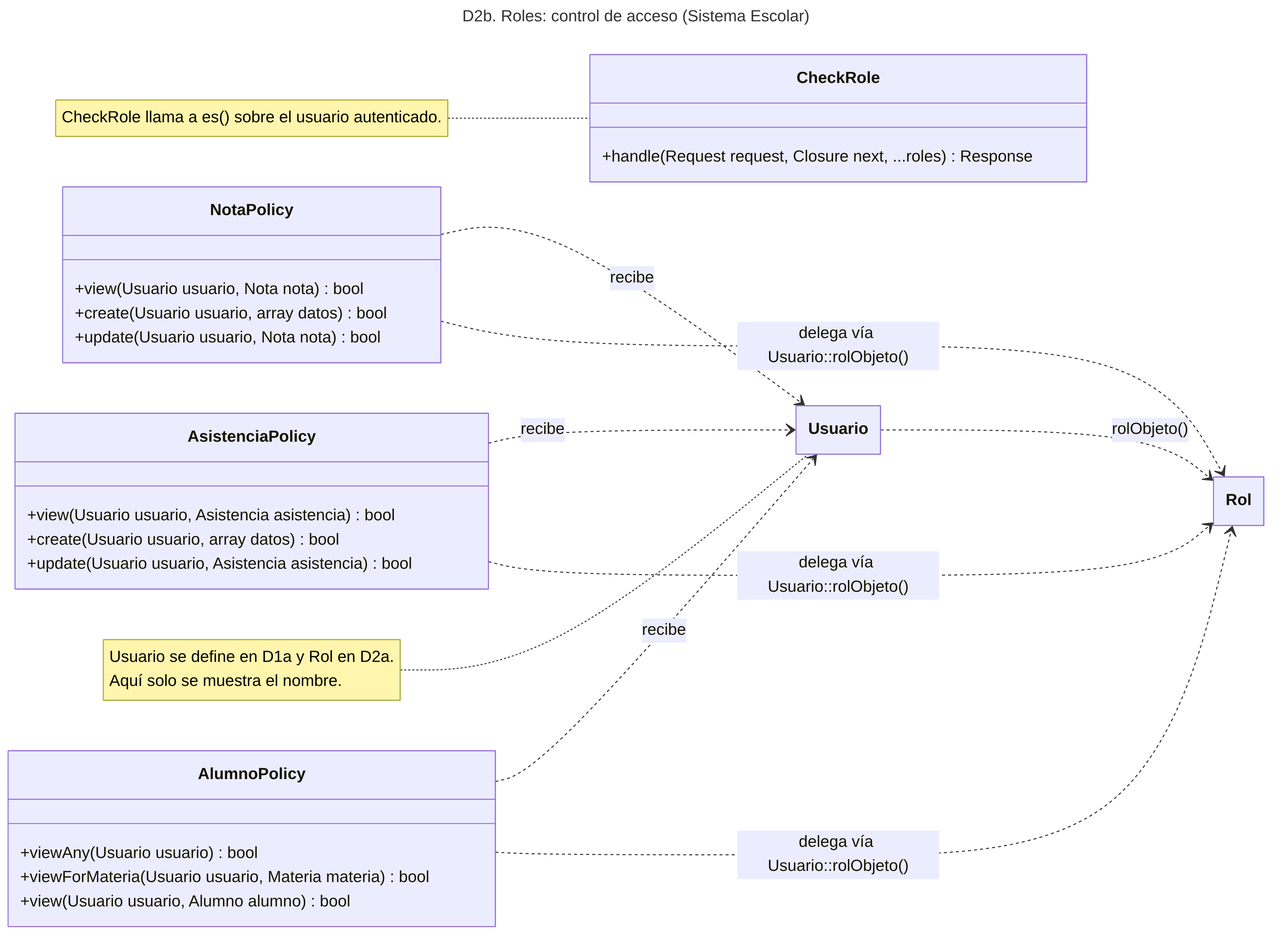
Before: docs/diagramas/D2b_acceso.png, a diagram exported from Mermaid (gnvargas-dev/sistema-control-acceso). Its source is kept beside it as docs/diagramas/D2b_acceso.mmd.
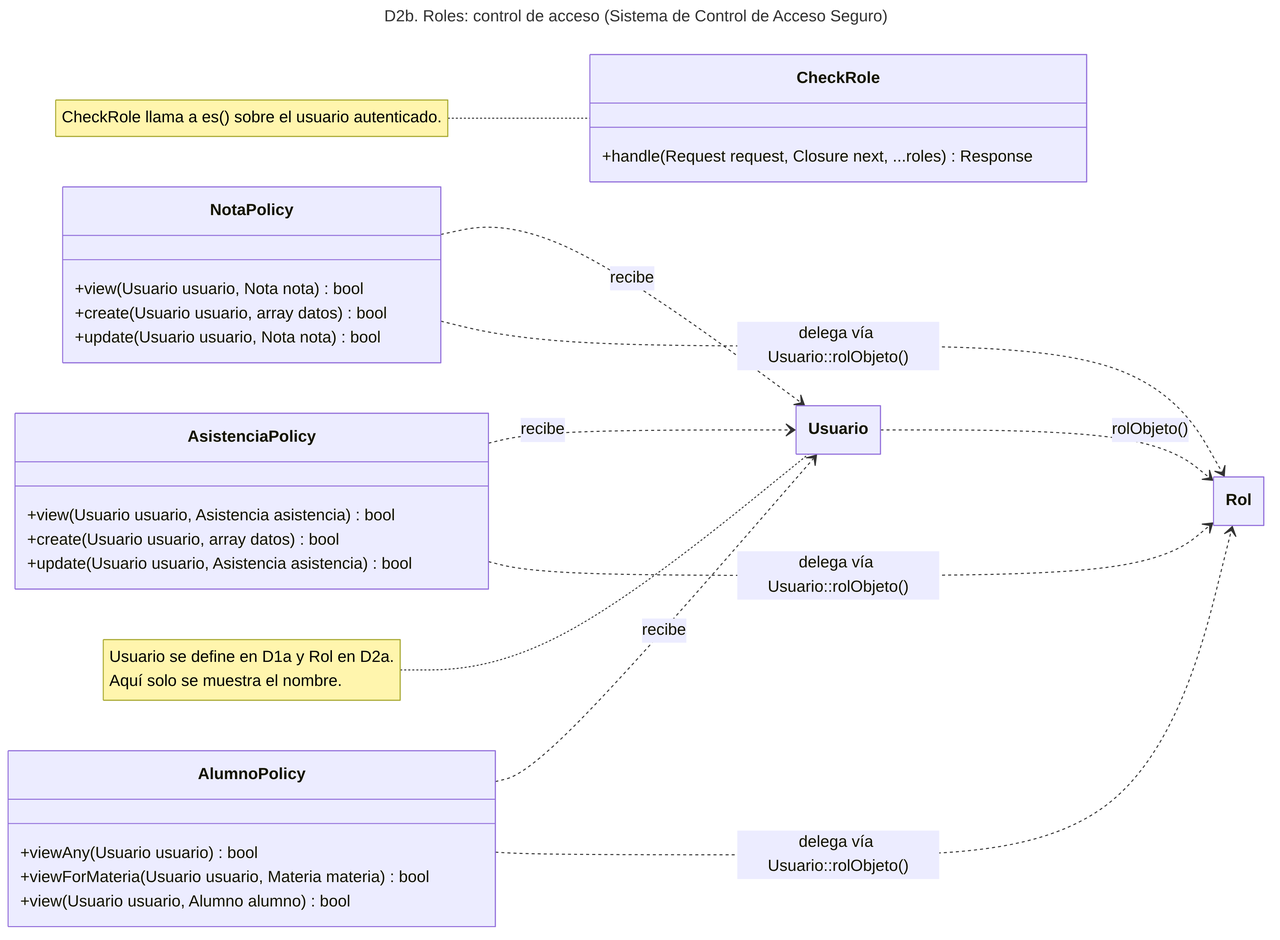
The same diagram one commit later.

What changed in the source:
```diff
@@ -1,5 +1,5 @@
 ---
-title: "D2b. Roles: control de acceso (Sistema Escolar)"
+title: "D2b. Roles: control de acceso (Sistema de Control de Acceso Seguro)"
 config:
   class:
     hideEmptyMembersBox: true
```
